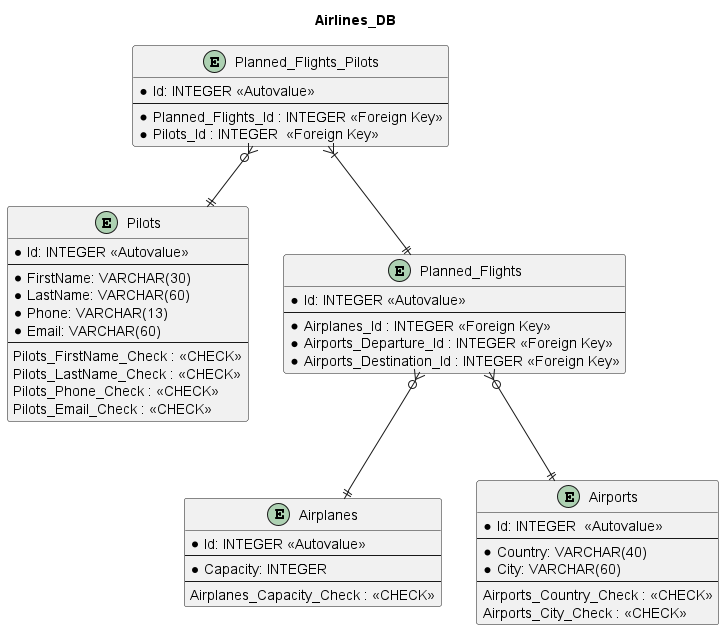
The PlantUML diagram DB_ER_Diagram.png in dkostmii/NULP-Databases, before a commit. The source it was exported from:
```plantuml
@startuml DB_ER_Diagram


title "Airlines_DB"


entity "Airplanes" as airplanes {
	*Id: INTEGER <<Autovalue>>
	--
	*Capacity: INTEGER
	--
	Airplanes_Capacity_Check : <<CHECK>>
}

entity "Pilots" as pilots {
	*Id: INTEGER <<Autovalue>>
	--
	*FirstName: VARCHAR(30)
	*LastName: VARCHAR(60)
	*Phone: VARCHAR(13)
	*Email: VARCHAR(60)
	--
	Pilots_FirstName_Check : <<CHECK>>
	Pilots_LastName_Check : <<CHECK>>
	Pilots_Phone_Check : <<CHECK>>
	Pilots_Email_Check : <<CHECK>>
}

entity "Airports" as airports {
	*Id: INTEGER  <<Autovalue>>
	--
	*Country: VARCHAR(40)
	*City: VARCHAR(60)
	--
	Airports_Country_Check : <<CHECK>>
	Airports_City_Check : <<CHECK>>
}

entity "Planned_Flights" as pl_flights {
	*Id: INTEGER <<Autovalue>>
	--
	*Airplanes_Id : INTEGER <<Foreign Key>>
	*Airports_Departure_Id : INTEGER <<Foreign Key>>
	*Airports_Destination_Id : INTEGER <<Foreign Key>>
}

entity "Planned_Flights_Pilots" as pl_flights_pilots {
	*Id: INTEGER <<Autovalue>>
	--
	*Planned_Flights_Id : INTEGER <<Foreign Key>>
	*Pilots_Id : INTEGER  <<Foreign Key>>
}


pl_flights }o--|| airplanes
pl_flights }o--|| airports
pl_flights_pilots }|--|| pl_flights
pl_flights_pilots }o--|| pilots

@enduml
```
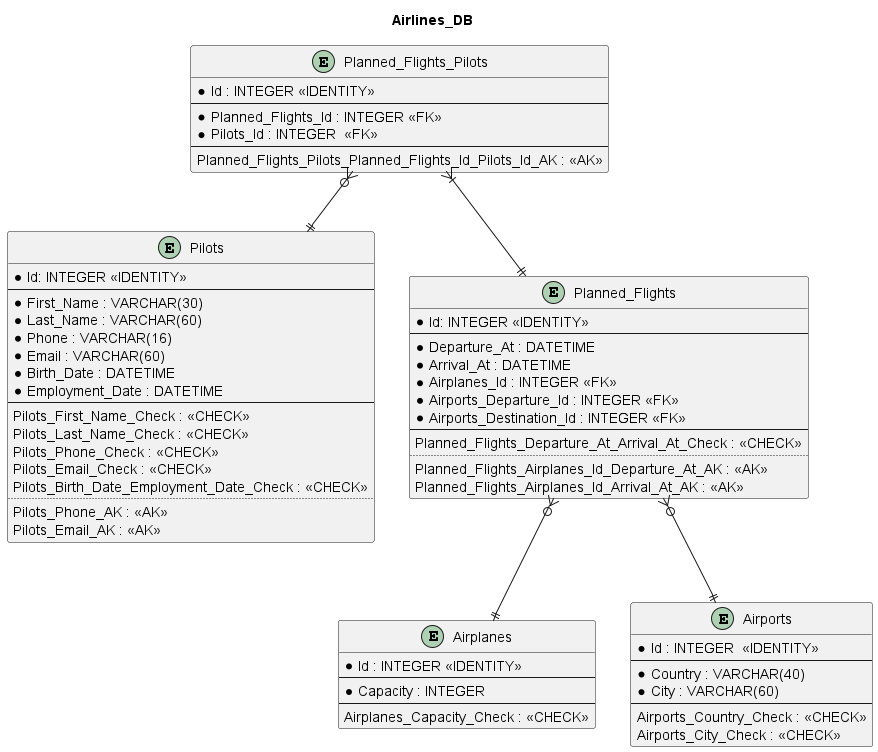
Later version of the same file.

Diff of the diagram source:
```diff
@@ -5,50 +5,65 @@
 
 
 entity "Airplanes" as airplanes {
-	*Id: INTEGER <<Autovalue>>
+	*Id : INTEGER <<IDENTITY>>
 	--
-	*Capacity: INTEGER
+	*Capacity : INTEGER
 	--
 	Airplanes_Capacity_Check : <<CHECK>>
 }
 
 entity "Pilots" as pilots {
-	*Id: INTEGER <<Autovalue>>
+	*Id: INTEGER <<IDENTITY>>
 	--
-	*FirstName: VARCHAR(30)
-	*LastName: VARCHAR(60)
-	*Phone: VARCHAR(13)
-	*Email: VARCHAR(60)
+	*First_Name : VARCHAR(30)
+	*Last_Name : VARCHAR(60)
+	*Phone : VARCHAR(16)
+	*Email : VARCHAR(60)
+	*Birth_Date : DATETIME
+	*Employment_Date : DATETIME
 	--
-	Pilots_FirstName_Check : <<CHECK>>
-	Pilots_LastName_Check : <<CHECK>>
+	Pilots_First_Name_Check : <<CHECK>>
+	Pilots_Last_Name_Check : <<CHECK>>
 	Pilots_Phone_Check : <<CHECK>>
 	Pilots_Email_Check : <<CHECK>>
+	Pilots_Birth_Date_Employment_Date_Check : <<CHECK>>
+	..
+	Pilots_Phone_AK : <<AK>>
+	Pilots_Email_AK : <<AK>>
 }
 
 entity "Airports" as airports {
-	*Id: INTEGER  <<Autovalue>>
+	*Id : INTEGER  <<IDENTITY>>
 	--
-	*Country: VARCHAR(40)
-	*City: VARCHAR(60)
+	*Country : VARCHAR(40)
+	*City : VARCHAR(60)
 	--
 	Airports_Country_Check : <<CHECK>>
 	Airports_City_Check : <<CHECK>>
 }
 
 entity "Planned_Flights" as pl_flights {
-	*Id: INTEGER <<Autovalue>>
+	*Id: INTEGER <<IDENTITY>>
 	--
-	*Airplanes_Id : INTEGER <<Foreign Key>>
-	*Airports_Departure_Id : INTEGER <<Foreign Key>>
-	*Airports_Destination_Id : INTEGER <<Foreign Key>>
+	*Departure_At : DATETIME
+	*Arrival_At : DATETIME
+	*Airplanes_Id : INTEGER <<FK>>
+	*Airports_Departure_Id : INTEGER <<FK>>
+	*Airports_Destination_Id : INTEGER <<FK>>
+	--
+	Planned_Flights_Departure_At_Arrival_At_Check : <<CHECK>>
+	..
+	Planned_Flights_Airplanes_Id_Departure_At_AK : <<AK>>
+	Planned_Flights_Airplanes_Id_Arrival_At_AK : <<AK>>
 }
 
 entity "Planned_Flights_Pilots" as pl_flights_pilots {
-	*Id: INTEGER <<Autovalue>>
+	*Id : INTEGER <<IDENTITY>>
 	--
-	*Planned_Flights_Id : INTEGER <<Foreign Key>>
-	*Pilots_Id : INTEGER  <<Foreign Key>>
+	*Planned_Flights_Id : INTEGER <<FK>>
+	*Pilots_Id : INTEGER  <<FK>>
+	--
+	Planned_Flights_Pilots_Planned_Flights_Id_Pilots_Id_AK : <<AK>>
 }
 
 
```
